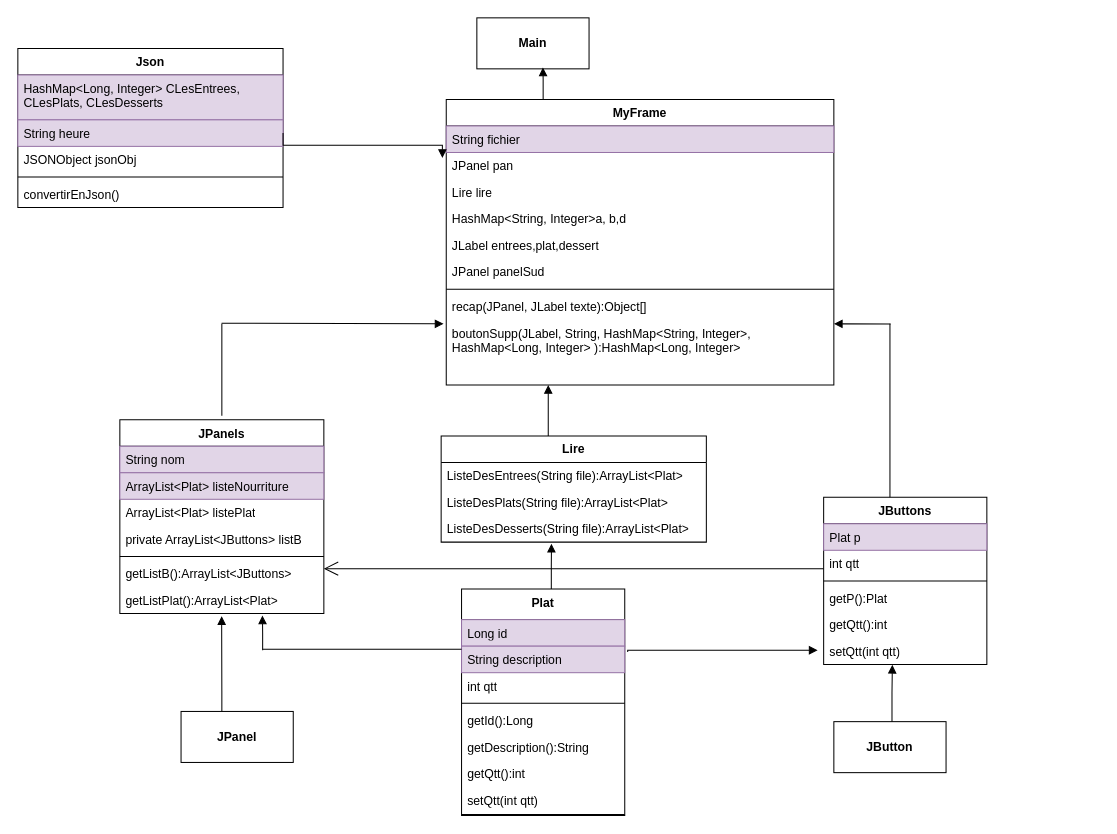
Theresemariej/Salle keeps this draw.io diagram as src/Diagramme sans nom.drawio. Above is the earlier version. Source tidied: cells renumbered, new cells numbered last; positions are measured from the earlier drawing's top-left corner, leaving out a move shared by most shapes. Both pictures are drawn from the tidied source at 102%, with x=0, y=0 at pixel (17, 17).
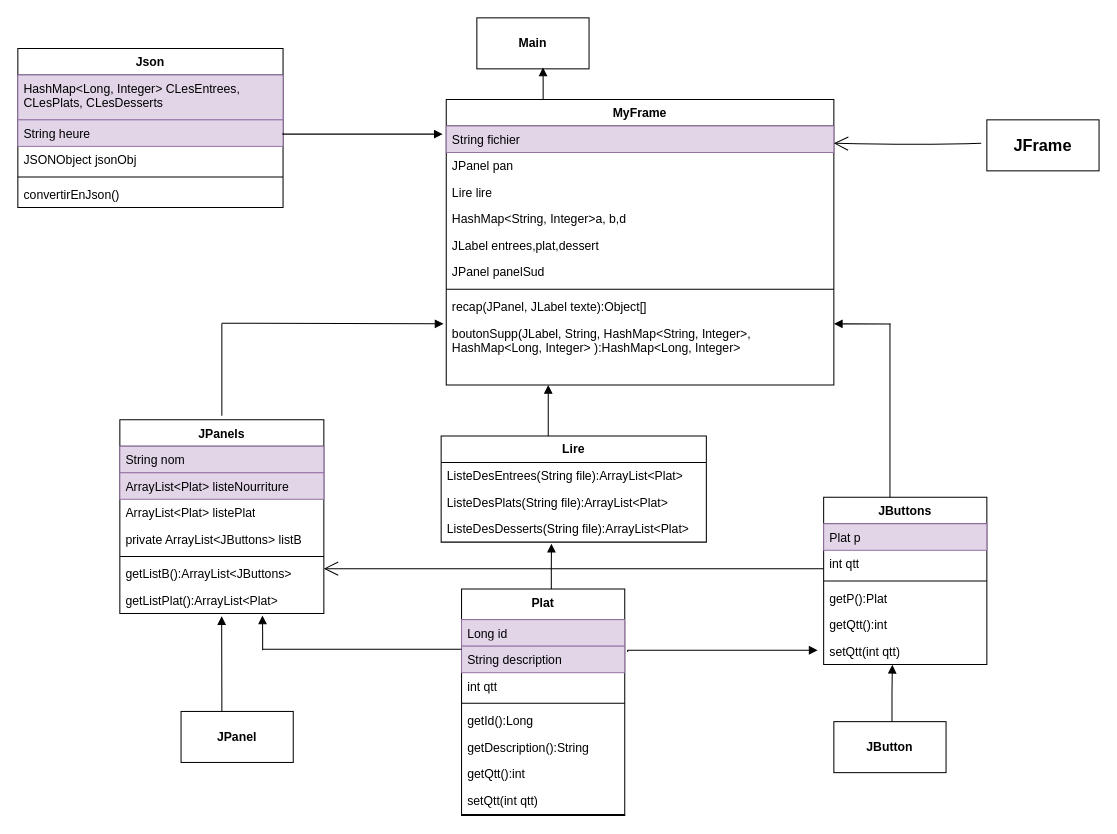
Above is the later version.

Commit message:
Mettre à jour Diagramme sans nom.drawio

Unchanged cells that the change refers to:
```xml
<mxCell id="2" value="MyFrame" style="swimlane;fontStyle=1;align=center;verticalAlign=top;horizontal=1;startSize=26;whiteSpace=wrap;html=1;" parent="1" vertex="1">
  <mxGeometry x="420" y="80" width="380" height="280" as="geometry" />
</mxCell>
<mxCell id="3" value="String fichier" style="text;strokeColor=#9673a6;fillColor=#e1d5e7;align=left;verticalAlign=top;spacingLeft=4;spacingRight=4;overflow=hidden;points=[[0,0.5],[1,0.5]];portConstraint=eastwest;whiteSpace=wrap;html=1;" parent="2" vertex="1">
  <mxGeometry y="26" width="380" height="26" as="geometry" />
</mxCell>
<mxCell id="4" value="JPanel pan" style="text;strokeColor=none;fillColor=none;align=left;verticalAlign=top;spacingLeft=4;spacingRight=4;overflow=hidden;points=[[0,0.5],[1,0.5]];portConstraint=eastwest;whiteSpace=wrap;html=1;" parent="2" vertex="1">
  <mxGeometry y="52" width="380" height="26" as="geometry" />
</mxCell>
<mxCell id="11" value="boutonSupp(JLabel, String, HashMap&amp;lt;String, Integer&amp;gt;, HashMap&amp;lt;Long, Integer&amp;gt; ):HashMap&amp;lt;Long, Integer&amp;gt;&amp;nbsp;" style="text;strokeColor=none;fillColor=none;align=left;verticalAlign=top;spacingLeft=4;spacingRight=4;overflow=hidden;points=[[0,0.5],[1,0.5]];portConstraint=eastwest;whiteSpace=wrap;html=1;" parent="2" vertex="1">
  <mxGeometry y="216" width="380" height="64" as="geometry" />
</mxCell>
<mxCell id="47" value="String heure" style="text;strokeColor=#9673a6;fillColor=#e1d5e7;align=left;verticalAlign=top;spacingLeft=4;spacingRight=4;overflow=hidden;points=[[0,0.5],[1,0.5]];portConstraint=eastwest;whiteSpace=wrap;html=1;" parent="45" vertex="1">
  <mxGeometry y="70" width="260" height="26" as="geometry" />
</mxCell>
```

The edit, as a diff of the source:
```diff
@@
+    <mxCell id="12" style="edgeStyle=orthogonalEdgeStyle;rounded=0;orthogonalLoop=1;jettySize=auto;html=1;exitX=1;exitY=0.5;exitDx=0;exitDy=0;" parent="2" edge="1" source="11" target="11">
+      <mxGeometry relative="1" as="geometry" />
+    </mxCell>
@@
-    <mxCell id="12" style="edgeStyle=orthogonalEdgeStyle;rounded=0;orthogonalLoop=1;jettySize=auto;html=1;exitX=1;exitY=0.5;exitDx=0;exitDy=0;" parent="2" edge="1" source="11" target="11">
-      <mxGeometry relative="1" as="geometry" />
-    </mxCell>
@@
-    <mxCell id="60" style="html=1;verticalAlign=bottom;endArrow=block;edgeStyle=elbowEdgeStyle;elbow=vertical;curved=0;rounded=0;exitX=1;exitY=0.5;exitDx=0;exitDy=0;entryX=-0.01;entryY=0.207;entryDx=0;entryDy=0;entryPerimeter=0;" parent="1" edge="1" source="47" target="4">
+    <mxCell id="60" style="html=1;verticalAlign=bottom;endArrow=block;edgeStyle=elbowEdgeStyle;elbow=vertical;curved=0;rounded=0;exitX=1;exitY=0.5;exitDx=0;exitDy=0;entryX=-0.009;entryY=0.313;entryDx=0;entryDy=0;entryPerimeter=0;" parent="1" edge="1" source="47" target="3">
       <mxGeometry relative="1" as="geometry" />
     </mxCell>
@@
+    <mxCell id="65" value="&lt;b&gt;JFrame&lt;/b&gt;" style="html=1;whiteSpace=wrap;fontSize=16;" parent="1" vertex="1">
+      <mxGeometry x="950" y="100" width="110" height="50" as="geometry" />
+    </mxCell>
+    <mxCell id="66" style="endArrow=open;endFill=1;endSize=12;html=1;rounded=0;fontSize=12;curved=1;exitX=-0.05;exitY=0.457;exitDx=0;exitDy=0;exitPerimeter=0;" parent="1" edge="1" source="65">
+      <mxGeometry relative="1" as="geometry">
+        <mxPoint x="800" y="123" as="targetPoint" />
+        <Array as="points">
+          <mxPoint x="890" y="125" />
+        </Array>
+      </mxGeometry>
+    </mxCell>
```
